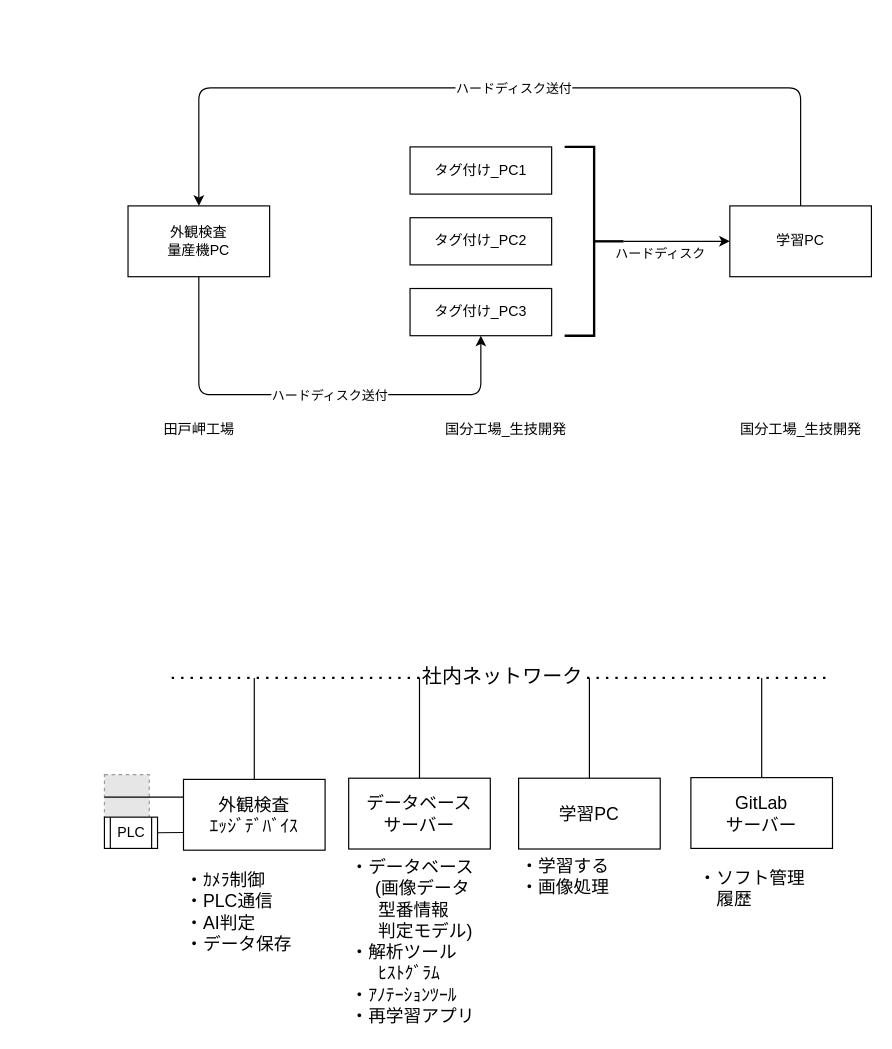
Above: images/ﾈｯﾄﾜｰｸイメージ.drawio in Flamingo-G/hello-world (draw.io), before the change. Source tidied: cells renumbered, new cells numbered last; positions are measured from the earlier drawing's top-left corner, leaving out a move shared by most shapes. Both pictures are drawn from the tidied source at 118%, with x=0, y=0 at pixel (104, 87). Pictures stored in the file or linked from it are replaced by grey dashed boxes.
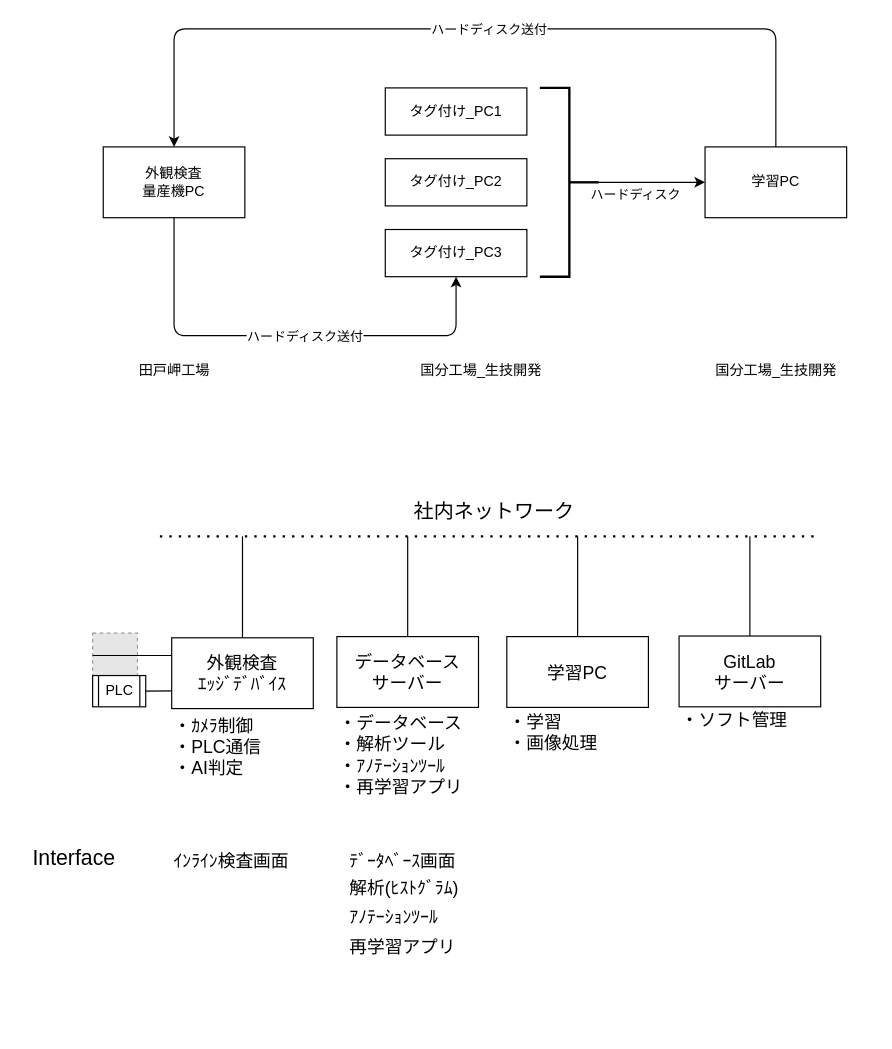
Above is the later version.

Commit message:
ﾈｯﾄﾜｰｸイメージ.drawio を更新します

Diff of the diagram source:
```diff
@@
     <mxCell id="2" value="外観検査&lt;br&gt;量産機PC" style="rounded=0;whiteSpace=wrap;html=1;" parent="1" vertex="1">
-      <mxGeometry x="20" y="100" width="120" height="60" as="geometry" />
+      <mxGeometry x="-1" y="50" width="120" height="60" as="geometry" />
     </mxCell>
     <mxCell id="3" value="タグ付け_PC1" style="rounded=0;whiteSpace=wrap;html=1;" parent="1" vertex="1">
-      <mxGeometry x="259" y="50" width="120" height="40" as="geometry" />
+      <mxGeometry x="238" width="120" height="40" as="geometry" />
     </mxCell>
     <mxCell id="4" value="タグ付け_PC2" style="rounded=0;whiteSpace=wrap;html=1;" parent="1" vertex="1">
-      <mxGeometry x="259" y="110" width="120" height="40" as="geometry" />
+      <mxGeometry x="238" y="60" width="120" height="40" as="geometry" />
     </mxCell>
     <mxCell id="5" value="タグ付け_PC3" style="rounded=0;whiteSpace=wrap;html=1;" parent="1" vertex="1">
-      <mxGeometry x="259" y="170" width="120" height="40" as="geometry" />
+      <mxGeometry x="238" y="120" width="120" height="40" as="geometry" />
     </mxCell>
     <mxCell id="6" value="学習PC" style="rounded=0;whiteSpace=wrap;html=1;" parent="1" vertex="1">
-      <mxGeometry x="530" y="100" width="120" height="60" as="geometry" />
+      <mxGeometry x="509" y="50" width="120" height="60" as="geometry" />
     </mxCell>
     <mxCell id="7" value="田戸岬工場" style="text;html=1;align=center;verticalAlign=middle;" parent="1" vertex="1">
-      <mxGeometry x="40" y="280" width="80" height="20" as="geometry" />
+      <mxGeometry x="19" y="230" width="80" height="20" as="geometry" />
     </mxCell>
     <mxCell id="8" value="国分工場_生技開発" style="text;html=1;align=center;verticalAlign=middle;" parent="1" vertex="1">
-      <mxGeometry x="280" y="280" width="120" height="20" as="geometry" />
+      <mxGeometry x="259" y="230" width="120" height="20" as="geometry" />
     </mxCell>
     <mxCell id="9" style="endArrow=classic;html=1;exitX=0.5;exitY=1;exitDx=0;exitDy=0;entryX=0.5;entryY=1;entryDx=0;entryDy=0;" parent="1" edge="1" source="2" target="5">
       <mxGeometry relative="1" as="geometry">
         <Array as="points">
-          <mxPoint x="80" y="260" />
-          <mxPoint x="319" y="260" />
+          <mxPoint x="59" y="210" />
+          <mxPoint x="298" y="210" />
         </Array>
       </mxGeometry>
     </mxCell>
@@
     <mxCell id="11" style="strokeWidth=2;html=1;shape=mxgraph.flowchart.annotation_2;align=left;labelPosition=right;direction=west;" parent="1" vertex="1">
-      <mxGeometry x="390" y="50" width="50" height="160" as="geometry" />
+      <mxGeometry x="369" width="50" height="160" as="geometry" />
     </mxCell>
@@
     <mxCell id="13" style="endArrow=classic;html=1;exitX=0.5;exitY=0;exitDx=0;exitDy=0;entryX=0.5;entryY=0;entryDx=0;entryDy=0;" parent="1" edge="1" source="6" target="2">
       <mxGeometry relative="1" as="geometry">
         <Array as="points">
-          <mxPoint x="590" />
-          <mxPoint x="80" />
+          <mxPoint x="569" y="-50" />
+          <mxPoint x="59" y="-50" />
         </Array>
       </mxGeometry>
     </mxCell>
@@
     <mxCell id="15" value="国分工場_生技開発" style="text;html=1;align=center;verticalAlign=middle;" parent="1" vertex="1">
-      <mxGeometry x="530" y="280" width="120" height="20" as="geometry" />
+      <mxGeometry x="509" y="230" width="120" height="20" as="geometry" />
     </mxCell>
     <mxCell id="16" value="外観検査&lt;br style=&quot;font-size: 15px;&quot;&gt;ｴｯｼﾞﾃﾞﾊﾞｲｽ" style="rounded=0;whiteSpace=wrap;html=1;fontSize=15;" parent="1" vertex="1">
-      <mxGeometry x="67" y="586" width="120" height="60" as="geometry" />
+      <mxGeometry x="57" y="466" width="120" height="60" as="geometry" />
     </mxCell>
     <mxCell id="17" value="データベース&lt;br style=&quot;font-size: 15px;&quot;&gt;サーバー" style="rounded=0;whiteSpace=wrap;html=1;fontSize=15;" parent="1" vertex="1">
-      <mxGeometry x="207" y="585" width="120" height="60" as="geometry" />
+      <mxGeometry x="197" y="465" width="120" height="60" as="geometry" />
     </mxCell>
     <mxCell id="18" value="学習PC" style="rounded=0;whiteSpace=wrap;html=1;fontSize=15;" parent="1" vertex="1">
-      <mxGeometry x="351" y="585" width="120" height="60" as="geometry" />
+      <mxGeometry x="341" y="465" width="120" height="60" as="geometry" />
     </mxCell>
     <mxCell id="19" value="GitLab&lt;br style=&quot;font-size: 15px;&quot;&gt;サーバー" style="rounded=0;whiteSpace=wrap;html=1;fontSize=15;" parent="1" vertex="1">
-      <mxGeometry x="497" y="584.5" width="120" height="60" as="geometry" />
+      <mxGeometry x="487" y="464.5" width="120" height="60" as="geometry" />
     </mxCell>
     <mxCell id="20" value="ハードディスク" style="edgeLabel;html=1;align=center;verticalAlign=middle;" parent="1" vertex="1">
-      <mxGeometry x="470" y="140" as="geometry" />
+      <mxGeometry x="449" y="90" as="geometry" />
     </mxCell>
@@
     <mxCell id="22" style="fillColor=#E6E6E6;strokeColor=#999999;dashed=1;html=1;verticalAlign=top;verticalLabelPosition=bottom;labelBackgroundColor=#ffffff;fontSize=16;" parent="1" vertex="1">
-      <mxGeometry y="582" width="38" height="38" as="geometry" />
+      <mxGeometry x="-10" y="462" width="38" height="38" as="geometry" />
     </mxCell>
@@
     <mxCell id="24" value="PLC" style="shape=process;whiteSpace=wrap;html=1;backgroundOutline=1;fontSize=12;" parent="1" vertex="1">
-      <mxGeometry y="618" width="45" height="26.5" as="geometry" />
+      <mxGeometry x="-10" y="498" width="45" height="26.5" as="geometry" />
     </mxCell>
@@
     <mxCell id="26" value="社内ネットワーク" style="endArrow=none;dashed=1;html=1;dashPattern=1 3;strokeWidth=2;fontSize=17;" parent="1" edge="1">
-      <mxGeometry relative="1" as="geometry">
-        <mxPoint x="57" y="500" as="sourcePoint" />
-        <mxPoint x="617" y="500" as="targetPoint" />
+      <mxGeometry x="0.01" y="20" relative="1" as="geometry">
+        <mxPoint x="47" y="380" as="sourcePoint" />
+        <mxPoint x="607" y="380" as="targetPoint" />
       </mxGeometry>
     </mxCell>
     <mxCell id="27" style="endArrow=none;html=1;fontSize=17;" parent="1" edge="1" target="16">
       <mxGeometry relative="1" as="geometry">
-        <mxPoint x="127" y="500" as="sourcePoint" />
+        <mxPoint x="117" y="380" as="sourcePoint" />
       </mxGeometry>
     </mxCell>
     <mxCell id="28" style="endArrow=none;html=1;fontSize=17;exitX=0.5;exitY=0;exitDx=0;exitDy=0;" parent="1" edge="1" source="17">
       <mxGeometry relative="1" as="geometry">
-        <mxPoint x="267" y="500" as="targetPoint" />
+        <mxPoint x="257" y="380" as="targetPoint" />
       </mxGeometry>
     </mxCell>
     <mxCell id="29" style="endArrow=none;html=1;fontSize=17;exitX=0.5;exitY=0;exitDx=0;exitDy=0;" parent="1" edge="1" source="18">
       <mxGeometry relative="1" as="geometry">
-        <mxPoint x="411" y="500" as="targetPoint" />
+        <mxPoint x="401" y="380" as="targetPoint" />
       </mxGeometry>
     </mxCell>
     <mxCell id="30" style="endArrow=none;html=1;fontSize=17;entryX=0.5;entryY=0;entryDx=0;entryDy=0;" parent="1" edge="1" target="19">
       <mxGeometry relative="1" as="geometry">
-        <mxPoint x="557" y="500" as="sourcePoint" />
+        <mxPoint x="547" y="380" as="sourcePoint" />
       </mxGeometry>
     </mxCell>
-    <mxCell id="31" value="・ｶﾒﾗ制御&lt;br&gt;&lt;div&gt;&lt;span&gt;・PLC通信&lt;/span&gt;&lt;/div&gt;&lt;div&gt;&lt;span&gt;・AI判定&lt;/span&gt;&lt;/div&gt;&lt;div&gt;&lt;span&gt;・データ保存&lt;/span&gt;&lt;/div&gt;" style="text;html=1;align=left;verticalAlign=middle;fontSize=15;" parent="1" vertex="1">
-      <mxGeometry x="67" y="657.5" width="110" height="80" as="geometry" />
+    <mxCell id="31" value="・ｶﾒﾗ制御&lt;br&gt;&lt;div&gt;&lt;span&gt;・PLC通信&lt;/span&gt;&lt;/div&gt;&lt;div&gt;&lt;span&gt;・AI判定&lt;/span&gt;&lt;/div&gt;" style="text;html=1;align=left;verticalAlign=middle;fontSize=15;" parent="1" vertex="1">
+      <mxGeometry x="57" y="527.5" width="90" height="60" as="geometry" />
     </mxCell>
-    <mxCell id="32" value="・データベース&lt;br&gt;&amp;nbsp; &amp;nbsp; &amp;nbsp;(画像データ&lt;br&gt;　&amp;nbsp; 型番情報&lt;br&gt;　&amp;nbsp; 判定モデル)&lt;br&gt;・解析ツール&lt;br&gt;　&amp;nbsp; ﾋｽﾄｸﾞﾗﾑ&lt;br&gt;・ｱﾉﾃｰｼｮﾝﾂｰﾙ&lt;br&gt;・再学習アプリ" style="text;html=1;align=left;verticalAlign=middle;fontSize=15;" parent="1" vertex="1">
-      <mxGeometry x="207" y="647.5" width="120" height="150" as="geometry" />
+    <mxCell id="32" value="・データベース&lt;br&gt;・解析ツール&lt;br&gt;・ｱﾉﾃｰｼｮﾝﾂｰﾙ&lt;br&gt;・再学習アプリ" style="text;html=1;align=left;verticalAlign=middle;fontSize=15;" parent="1" vertex="1">
+      <mxGeometry x="197" y="524.5" width="120" height="80" as="geometry" />
     </mxCell>
-    <mxCell id="33" value="・学習する&lt;br&gt;・画像処理" style="text;html=1;align=left;verticalAlign=middle;fontSize=15;" parent="1" vertex="1">
-      <mxGeometry x="351" y="647.5" width="90" height="40" as="geometry" />
+    <mxCell id="33" value="・学習&lt;br&gt;・画像処理" style="text;html=1;align=left;verticalAlign=middle;fontSize=15;" parent="1" vertex="1">
+      <mxGeometry x="341" y="526" width="90" height="40" as="geometry" />
     </mxCell>
-    <mxCell id="34" value="・ソフト管理&lt;br&gt;　履歴" style="text;html=1;align=left;verticalAlign=middle;fontSize=15;" parent="1" vertex="1">
-      <mxGeometry x="502" y="657.5" width="110" height="40" as="geometry" />
+    <mxCell id="34" value="・ソフト管理" style="text;html=1;align=left;verticalAlign=middle;fontSize=15;" parent="1" vertex="1">
+      <mxGeometry x="487" y="524.5" width="110" height="20" as="geometry" />
     </mxCell>
+    <mxCell id="35" value="Interface" style="text;html=1;align=center;verticalAlign=middle;fontSize=18;" parent="1" vertex="1">
+      <mxGeometry x="-71" y="638" width="90" height="30" as="geometry" />
+    </mxCell>
+    <mxCell id="36" value="ｲﾝﾗｲﾝ検査画面" style="text;html=1;align=left;verticalAlign=middle;fontSize=15;" parent="1" vertex="1">
+      <mxGeometry x="57" y="645" width="110" height="20" as="geometry" />
+    </mxCell>
+    <mxCell id="37" value="ﾃﾞｰﾀﾍﾞｰｽ画面" style="text;html=1;align=left;verticalAlign=middle;fontSize=15;" parent="1" vertex="1">
+      <mxGeometry x="205.5" y="645" width="110" height="20" as="geometry" />
+    </mxCell>
+    <mxCell id="38" value="解析(ﾋｽﾄｸﾞﾗﾑ)" style="text;html=1;align=left;verticalAlign=middle;fontSize=15;" parent="1" vertex="1">
+      <mxGeometry x="205.5" y="668" width="110" height="20" as="geometry" />
+    </mxCell>
+    <mxCell id="39" value="ｱﾉﾃｰｼｮﾝﾂｰﾙ" style="text;html=1;align=left;verticalAlign=middle;fontSize=15;" parent="1" vertex="1">
+      <mxGeometry x="205.5" y="692" width="90" height="20" as="geometry" />
+    </mxCell>
+    <mxCell id="40" value="再学習アプリ" style="text;html=1;align=left;verticalAlign=middle;fontSize=15;" parent="1" vertex="1">
+      <mxGeometry x="205.5" y="718" width="110" height="20" as="geometry" />
+    </mxCell>
```
